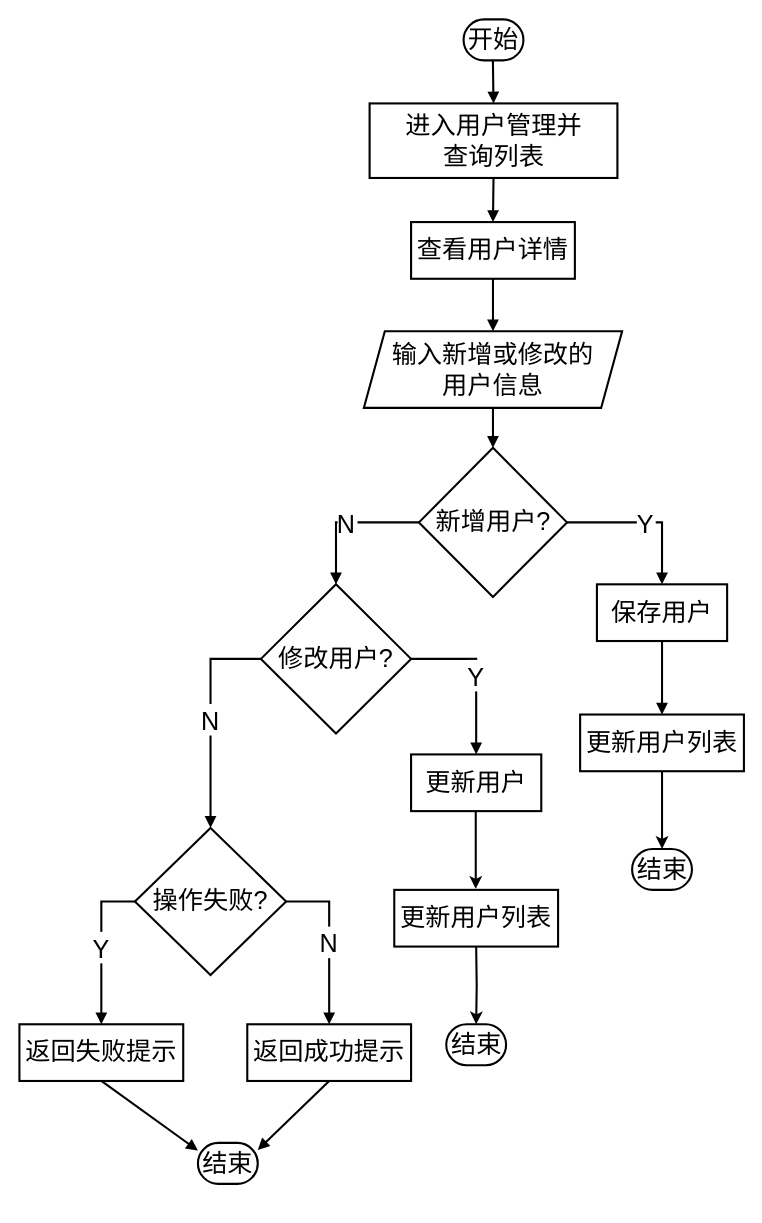
The draw.io diagram 用户信息管理功能流程图.drawio in LichCarlos/darwIo, before the edit. Source tidied: cells renumbered, new cells numbered last; positions are measured from the earlier drawing's top-left corner, leaving out a move shared by most shapes. Both pictures are drawn from the tidied source at 105%, with x=0, y=0 at pixel (19, 19).
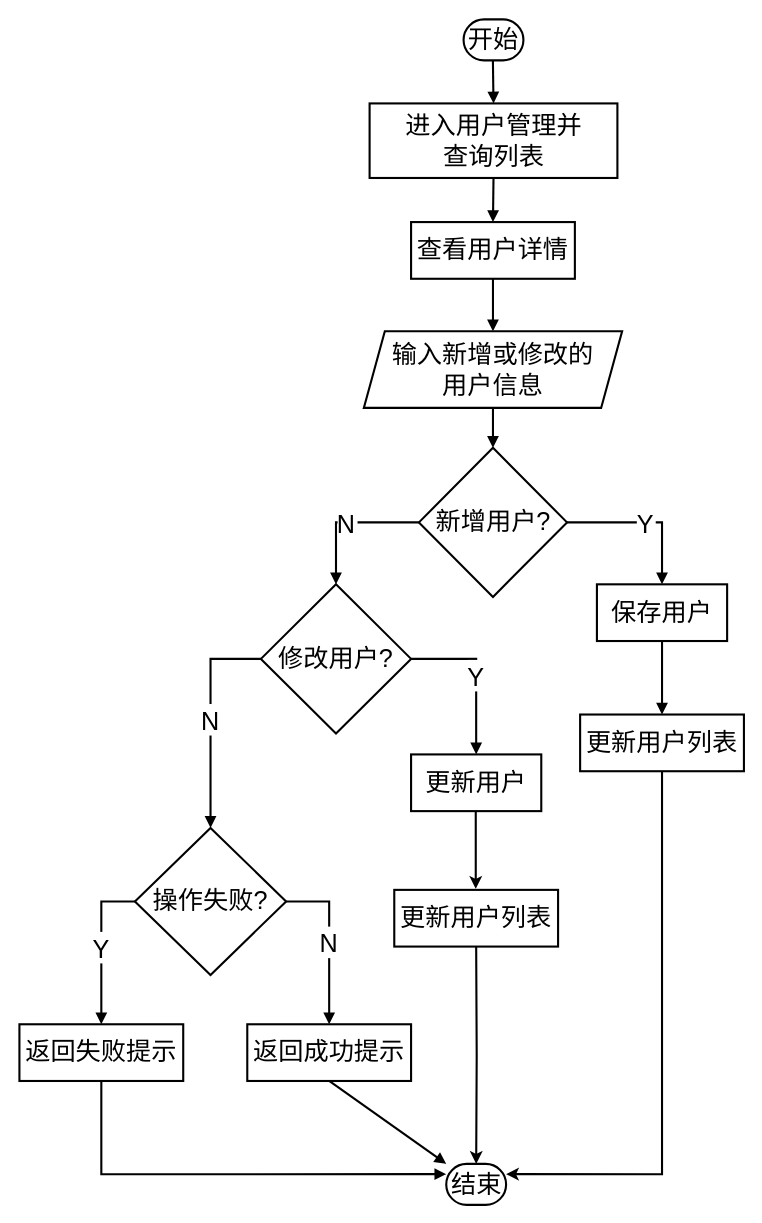
After the change.

Commit message:
更新用户信息管理功能流程图.drawio

Unchanged cells that the change refers to:
```xml
<mxCell id="14" value="返回失败提示" style="whiteSpace=wrap;strokeWidth=2;fontSize=24;" parent="1" vertex="1">
  <mxGeometry y="957" width="156" height="54" as="geometry" />
</mxCell>
<mxCell id="15" value="返回成功提示" style="whiteSpace=wrap;strokeWidth=2;fontSize=24;" parent="1" vertex="1">
  <mxGeometry x="217" y="957" width="156" height="54" as="geometry" />
</mxCell>
<mxCell id="31" value="更新用户列表" style="whiteSpace=wrap;strokeWidth=2;fontSize=24;" parent="1" vertex="1">
  <mxGeometry x="534" y="662" width="156" height="54" as="geometry" />
</mxCell>
```

What changed in the source:
```diff
@@
-    <mxCell id="16" value="结束" style="rounded=1;whiteSpace=wrap;arcSize=50;strokeWidth=2;fontSize=24;" parent="1" vertex="1">
-      <mxGeometry x="170" y="1070" width="57" height="39" as="geometry" />
-    </mxCell>
@@
-    <mxCell id="28" style="startArrow=none;endArrow=block;strokeWidth=2;exitX=0.5;exitY=0.99;entryX=-0.01;entryY=0.18;rounded=0;fontSize=24;" parent="1" edge="1" source="14" target="16">
+    <mxCell id="28" style="startArrow=none;endArrow=block;strokeWidth=2;exitX=0.5;exitY=0.99;entryX=0;entryY=0.25;rounded=0;fontSize=24;entryDx=0;entryDy=0;edgeStyle=orthogonalEdgeStyle;" parent="1" edge="1" source="14" target="36">
       <mxGeometry relative="1" as="geometry" />
     </mxCell>
-    <mxCell id="29" style="startArrow=none;endArrow=block;strokeWidth=2;exitX=0.5;exitY=0.99;entryX=0.99;entryY=0.18;rounded=0;fontSize=24;" parent="1" edge="1" source="15" target="16">
+    <mxCell id="29" style="startArrow=none;endArrow=block;strokeWidth=2;exitX=0.5;exitY=0.99;entryX=0;entryY=0;rounded=0;fontSize=24;entryDx=0;entryDy=0;" parent="1" edge="1" source="15" target="36">
       <mxGeometry relative="1" as="geometry" />
     </mxCell>
-    <mxCell id="30" style="edgeStyle=orthogonalEdgeStyle;rounded=0;jettySize=auto;html=1;entryX=0.5;entryY=0;entryDx=0;entryDy=0;strokeWidth=2;" parent="1" edge="1" source="31" target="32">
-      <mxGeometry relative="1" as="geometry" />
+    <mxCell id="30" style="edgeStyle=orthogonalEdgeStyle;rounded=0;jettySize=auto;html=1;entryX=1;entryY=0.25;entryDx=0;entryDy=0;strokeWidth=2;" parent="1" edge="1" source="31" target="36">
+      <mxGeometry relative="1" as="geometry">
+        <Array as="points">
+          <mxPoint x="612" y="1100" />
+        </Array>
+      </mxGeometry>
     </mxCell>
@@
-    <mxCell id="32" value="结束" style="rounded=1;whiteSpace=wrap;arcSize=50;strokeWidth=2;fontSize=24;" parent="1" vertex="1">
-      <mxGeometry x="583.5" y="790" width="57" height="39" as="geometry" />
-    </mxCell>
@@
     <mxCell id="36" value="结束" style="rounded=1;whiteSpace=wrap;arcSize=50;strokeWidth=2;fontSize=24;" parent="1" vertex="1">
-      <mxGeometry x="406.5" y="957" width="57" height="39" as="geometry" />
+      <mxGeometry x="406.5" y="1090" width="57" height="39" as="geometry" />
     </mxCell>
```
